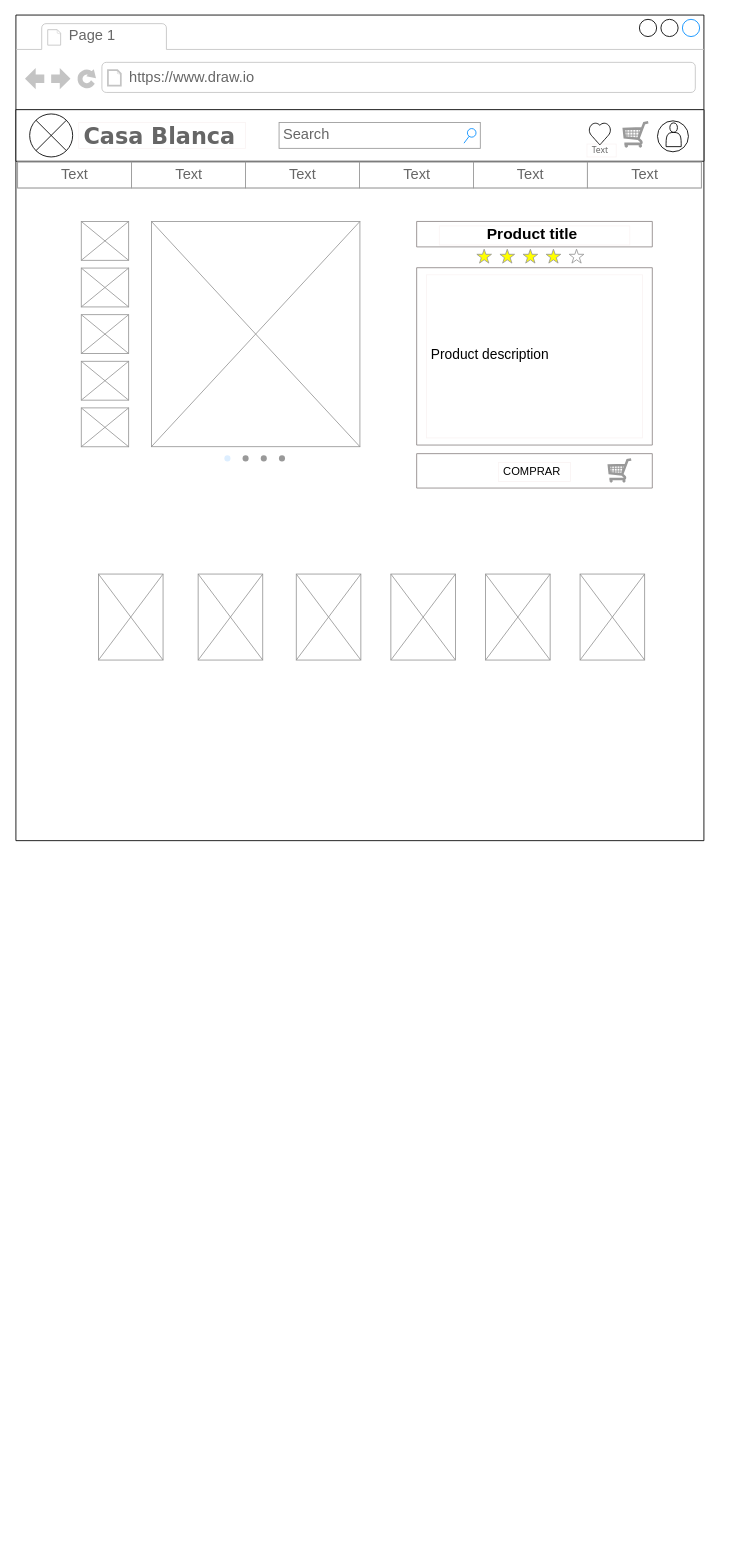
belutoranzo/digitalh keeps this draw.io diagram as wireframe casablanca-detalle de producto.drawio. Above is the earlier version. Source tidied: cells renumbered, new cells numbered last; positions are measured from the earlier drawing's top-left corner, leaving out a move shared by most shapes. Both pictures are drawn from the tidied source at 86%, with x=0, y=0 at pixel (15, 15). Pictures stored in the file or linked from it are replaced by grey dashed boxes.
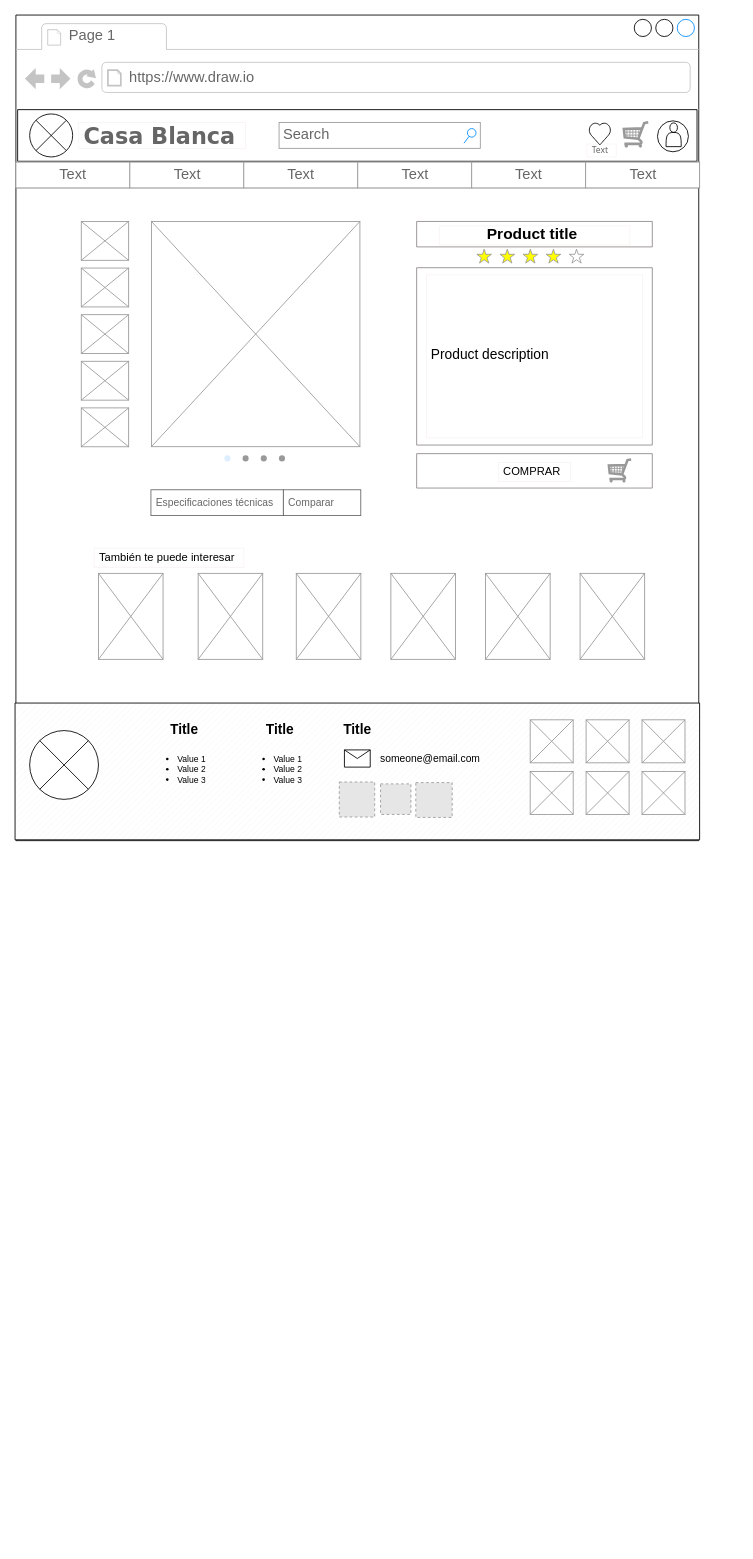
After the change.

Change to the diagram source:
```diff
@@
     <mxCell id="2" style="strokeWidth=1;shadow=0;dashed=0;align=center;html=1;shape=mxgraph.mockup.containers.browserWindow;rSize=0;strokeColor2=#008cff;strokeColor3=#c4c4c4;mainText=,;" parent="1" vertex="1">
-      <mxGeometry width="800" height="960" as="geometry" />
+      <mxGeometry width="794" height="960" as="geometry" />
     </mxCell>
@@
     <mxCell id="5" style="verticalLabelPosition=bottom;verticalAlign=top;html=1;shape=mxgraph.basic.rect;fillColor2=none;strokeWidth=1;size=20;indent=5;" parent="2" vertex="1">
-      <mxGeometry y="110" width="800" height="60" as="geometry" />
+      <mxGeometry x="2" y="110" width="790" height="60" as="geometry" />
     </mxCell>
@@
+    <mxCell id="42" style="verticalLabelPosition=bottom;shadow=0;dashed=0;align=center;html=1;verticalAlign=top;strokeWidth=1;shape=mxgraph.mockup.misc.shoppingCart;strokeColor=#999999;" parent="2" vertex="1">
+      <mxGeometry x="688.7" y="516" width="27.4" height="27.4" as="geometry" />
+    </mxCell>
+    <mxCell id="50" value="&lt;h4&gt;&lt;span style=&quot;font-size: 13px; font-weight: 400;&quot;&gt;También te puede interesar&lt;/span&gt;&lt;/h4&gt;" style="strokeWidth=1;shadow=0;dashed=0;align=center;html=1;shape=mxgraph.mockup.text.textBox;align=left;spacingLeft=4;spacingTop=-3;whiteSpace=wrap;strokeColor=#faf4f4;mainText=;" parent="2" vertex="1">
+      <mxGeometry x="91" y="620" width="174" height="22.2" as="geometry" />
+    </mxCell>
+    <mxCell id="51" value="&lt;font style=&quot;font-size: 12px;&quot;&gt;Especificaciones técnicas&lt;/font&gt;" style="strokeWidth=1;shadow=0;dashed=0;align=center;html=1;shape=mxgraph.mockup.text.textBox;fontColor=#666666;align=left;fontSize=17;spacingLeft=4;spacingTop=-3;whiteSpace=wrap;strokeColor=#666666;mainText=;textDirection=ltr;" parent="2" vertex="1">
+      <mxGeometry x="157" y="552" width="154" height="30" as="geometry" />
+    </mxCell>
+    <mxCell id="52" value="&lt;font style=&quot;font-size: 12px;&quot;&gt;Comparar&lt;/font&gt;" style="strokeWidth=1;shadow=0;dashed=0;align=center;html=1;shape=mxgraph.mockup.text.textBox;fontColor=#666666;align=left;fontSize=17;spacingLeft=4;spacingTop=-3;whiteSpace=wrap;strokeColor=#666666;mainText=;textDirection=ltr;" parent="2" vertex="1">
+      <mxGeometry x="311" y="552" width="90" height="30" as="geometry" />
+    </mxCell>
     <mxCell id="35" style="group;" parent="2" vertex="1">
-      <mxGeometry x="96" y="650" width="635.1" height="100" as="geometry" />
+      <mxGeometry x="96" y="649.2" width="743" height="1128.8" as="geometry" />
     </mxCell>
@@
-    <mxCell id="42" style="verticalLabelPosition=bottom;shadow=0;dashed=0;align=center;html=1;verticalAlign=top;strokeWidth=1;shape=mxgraph.mockup.misc.shoppingCart;strokeColor=#999999;" parent="2" vertex="1">
-      <mxGeometry x="688.7" y="516" width="27.4" height="27.4" as="geometry" />
-    </mxCell>
+    <mxCell id="53" style="group;" parent="35" vertex="1">
+      <mxGeometry x="-94" y="360.8" width="837" height="768" as="geometry" />
+    </mxCell>
+    <mxCell id="54" style="group;" parent="53" vertex="1">
+      <mxGeometry x="-3" y="-215" width="796" height="159" as="geometry" />
+    </mxCell>
+    <mxCell id="55" style="verticalLabelPosition=bottom;verticalAlign=top;html=1;shape=mxgraph.basic.patternFillRect;fillStyle=diag;step=5;fillStrokeWidth=0.2;fillStrokeColor=#dddddd;" parent="54" vertex="1">
+      <mxGeometry y="5" width="796" height="159" as="geometry" />
+    </mxCell>
+    <mxCell id="56" style="group;" parent="54" vertex="1">
+      <mxGeometry x="17" y="24.5" width="762" height="113.5" as="geometry" />
+    </mxCell>
+    <mxCell id="57" style="group;" parent="56" vertex="1">
+      <mxGeometry width="762" height="113" as="geometry" />
+    </mxCell>
+    <mxCell id="58" value="&lt;h1 style=&quot;font-size: 16px;&quot;&gt;Title&lt;/h1&gt;" style="text;html=1;strokeColor=none;fillColor=none;spacing=5;spacingTop=-20;whiteSpace=wrap;overflow=hidden;rounded=0;fontSize=16;" parent="57" vertex="1">
+      <mxGeometry x="270" width="80" height="20" as="geometry" />
+    </mxCell>
+    <mxCell id="59" style="group;" parent="57" vertex="1">
+      <mxGeometry width="762" height="113" as="geometry" />
+    </mxCell>
+    <mxCell id="60" style="group;" parent="59" vertex="1">
+      <mxGeometry x="582" width="180" height="110" as="geometry" />
+    </mxCell>
+    <mxCell id="61" style="verticalLabelPosition=bottom;shadow=0;dashed=0;align=center;html=1;verticalAlign=top;strokeWidth=1;shape=mxgraph.mockup.graphics.simpleIcon;strokeColor=#999999;" parent="60" vertex="1">
+      <mxGeometry width="50" height="50" as="geometry" />
+    </mxCell>
+    <mxCell id="62" style="verticalLabelPosition=bottom;shadow=0;dashed=0;align=center;html=1;verticalAlign=top;strokeWidth=1;shape=mxgraph.mockup.graphics.simpleIcon;strokeColor=#999999;" parent="60" vertex="1">
+      <mxGeometry x="65" width="50" height="50" as="geometry" />
+    </mxCell>
+    <mxCell id="63" style="verticalLabelPosition=bottom;shadow=0;dashed=0;align=center;html=1;verticalAlign=top;strokeWidth=1;shape=mxgraph.mockup.graphics.simpleIcon;strokeColor=#999999;" parent="60" vertex="1">
+      <mxGeometry x="130" width="50" height="50" as="geometry" />
+    </mxCell>
+    <mxCell id="64" style="verticalLabelPosition=bottom;shadow=0;dashed=0;align=center;html=1;verticalAlign=top;strokeWidth=1;shape=mxgraph.mockup.graphics.simpleIcon;strokeColor=#999999;" parent="60" vertex="1">
+      <mxGeometry y="60" width="50" height="50" as="geometry" />
+    </mxCell>
+    <mxCell id="65" style="verticalLabelPosition=bottom;shadow=0;dashed=0;align=center;html=1;verticalAlign=top;strokeWidth=1;shape=mxgraph.mockup.graphics.simpleIcon;strokeColor=#999999;" parent="60" vertex="1">
+      <mxGeometry x="65" y="60" width="50" height="50" as="geometry" />
+    </mxCell>
+    <mxCell id="66" style="verticalLabelPosition=bottom;shadow=0;dashed=0;align=center;html=1;verticalAlign=top;strokeWidth=1;shape=mxgraph.mockup.graphics.simpleIcon;strokeColor=#999999;" parent="60" vertex="1">
+      <mxGeometry x="130" y="60" width="50" height="50" as="geometry" />
+    </mxCell>
+    <mxCell id="67" value="&lt;ul style=&quot;font-size: 10px;&quot;&gt;&lt;li style=&quot;font-size: 10px;&quot;&gt;Value 1&lt;/li&gt;&lt;li style=&quot;font-size: 10px;&quot;&gt;Value 2&lt;/li&gt;&lt;li style=&quot;font-size: 10px;&quot;&gt;Value 3&lt;/li&gt;&lt;/ul&gt;" style="text;strokeColor=none;fillColor=none;html=1;whiteSpace=wrap;verticalAlign=middle;overflow=hidden;fontSize=10;" parent="59" vertex="1">
+      <mxGeometry x="130" y="17.5" width="100" height="80" as="geometry" />
+    </mxCell>
+    <mxCell id="68" style="shape=sumEllipse;perimeter=ellipsePerimeter;whiteSpace=wrap;html=1;backgroundOutline=1;" parent="59" vertex="1">
+      <mxGeometry y="12.5" width="80" height="80" as="geometry" />
+    </mxCell>
+    <mxCell id="69" value="&lt;ul style=&quot;font-size: 10px;&quot;&gt;&lt;li style=&quot;font-size: 10px;&quot;&gt;Value 1&lt;/li&gt;&lt;li style=&quot;font-size: 10px;&quot;&gt;Value 2&lt;/li&gt;&lt;li style=&quot;font-size: 10px;&quot;&gt;Value 3&lt;/li&gt;&lt;/ul&gt;" style="text;strokeColor=none;fillColor=none;html=1;whiteSpace=wrap;verticalAlign=middle;overflow=hidden;fontSize=10;" parent="59" vertex="1">
+      <mxGeometry x="242" y="17.5" width="100" height="80" as="geometry" />
+    </mxCell>
+    <mxCell id="70" value="&lt;h1 style=&quot;font-size: 16px;&quot;&gt;Title&lt;/h1&gt;" style="text;html=1;strokeColor=none;fillColor=none;spacing=5;spacingTop=-20;whiteSpace=wrap;overflow=hidden;rounded=0;fontSize=16;align=center;" parent="59" vertex="1">
+      <mxGeometry x="140" width="80" height="20" as="geometry" />
+    </mxCell>
+    <mxCell id="71" style="group;" parent="59" vertex="1">
+      <mxGeometry x="360" width="166" height="55" as="geometry" />
+    </mxCell>
+    <mxCell id="72" value="&lt;h1 style=&quot;font-size: 16px;&quot;&gt;Title&lt;/h1&gt;" style="text;html=1;strokeColor=none;fillColor=none;spacing=5;spacingTop=-20;whiteSpace=wrap;overflow=hidden;rounded=0;fontSize=16;" parent="71" vertex="1">
+      <mxGeometry width="80" height="20" as="geometry" />
+    </mxCell>
+    <mxCell id="73" style="shape=message;html=1;html=1;labelPosition=center;verticalLabelPosition=bottom;align=center;verticalAlign=top;" parent="71" vertex="1">
+      <mxGeometry x="6" y="35" width="30" height="20" as="geometry" />
+    </mxCell>
+    <mxCell id="74" value="someone@email.com" style="text;html=1;strokeColor=none;fillColor=none;align=center;verticalAlign=middle;whiteSpace=wrap;overflow=hidden;" parent="71" vertex="1">
+      <mxGeometry x="46" y="35" width="120" height="20" as="geometry" />
+    </mxCell>
+    <mxCell id="75" style="fillColor=#E6E6E6;strokeColor=#999999;dashed=1;verticalLabelPosition=bottom;labelBackgroundColor=default;verticalAlign=top;" parent="59" vertex="1">
+      <mxGeometry x="360" y="72.3" width="41.2" height="40.7" as="geometry" />
+    </mxCell>
+    <mxCell id="76" style="fillColor=#E6E6E6;strokeColor=#999999;dashed=1;verticalLabelPosition=bottom;labelBackgroundColor=default;verticalAlign=top;" parent="56" vertex="1">
+      <mxGeometry x="408" y="74.5" width="35.3" height="35.5" as="geometry" />
+    </mxCell>
+    <mxCell id="77" style="fillColor=#E6E6E6;strokeColor=#999999;dashed=1;verticalLabelPosition=bottom;labelBackgroundColor=default;verticalAlign=top;" parent="56" vertex="1">
+      <mxGeometry x="449" y="73" width="42.3" height="40.5" as="geometry" />
+    </mxCell>
     <mxCell id="43" style="strokeWidth=1;shadow=0;dashed=0;align=center;html=1;shape=mxgraph.mockup.forms.rrect;rSize=0;strokeColor=#999999;" parent="1" vertex="1">
-      <mxGeometry x="2" y="171" width="795" height="30" as="geometry" />
+      <mxGeometry y="171" width="795" height="30" as="geometry" />
     </mxCell>
```
